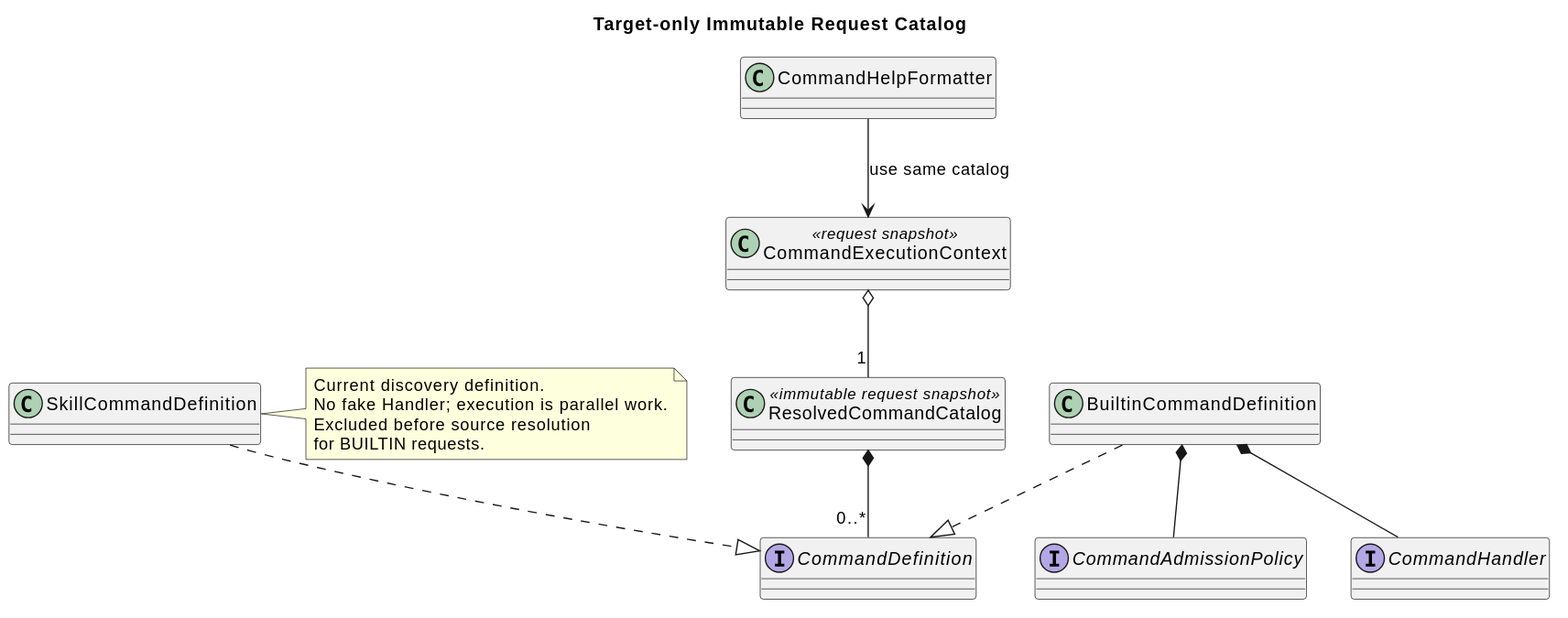
ssm0808/pi-mono-java-design keeps this PlantUML diagram as 04-命令与技能/00-Slash-Command通用模块/设计图/target_command_resolution_classes.svg. Above is the earlier version.
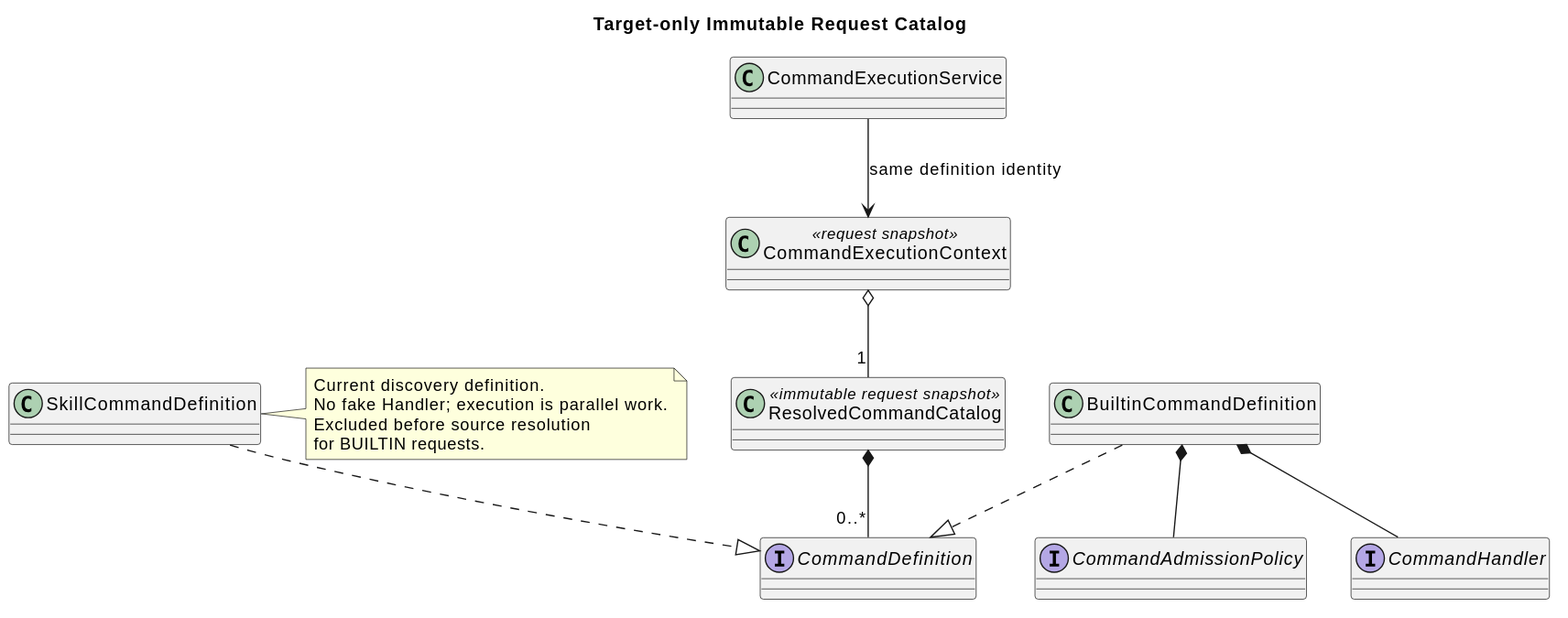
After the change.

What changed in the source:
```diff
@@ -8,14 +8,14 @@
 interface CommandAdmissionPolicy
 class ResolvedCommandCatalog <<immutable request snapshot>>
 class CommandExecutionContext <<request snapshot>>
-class CommandHelpFormatter
+class CommandExecutionService
 BuiltinCommandDefinition ..|> CommandDefinition
 SkillCommandDefinition ..|> CommandDefinition
 BuiltinCommandDefinition *-- CommandHandler
 BuiltinCommandDefinition *-- CommandAdmissionPolicy
 ResolvedCommandCatalog *-- "0..*" CommandDefinition
 CommandExecutionContext o-- "1" ResolvedCommandCatalog
-CommandHelpFormatter --> CommandExecutionContext : use same catalog
+CommandExecutionService --> CommandExecutionContext : same definition identity
 note right of SkillCommandDefinition
 Current discovery definition.
 No fake Handler; execution is parallel work.
```
